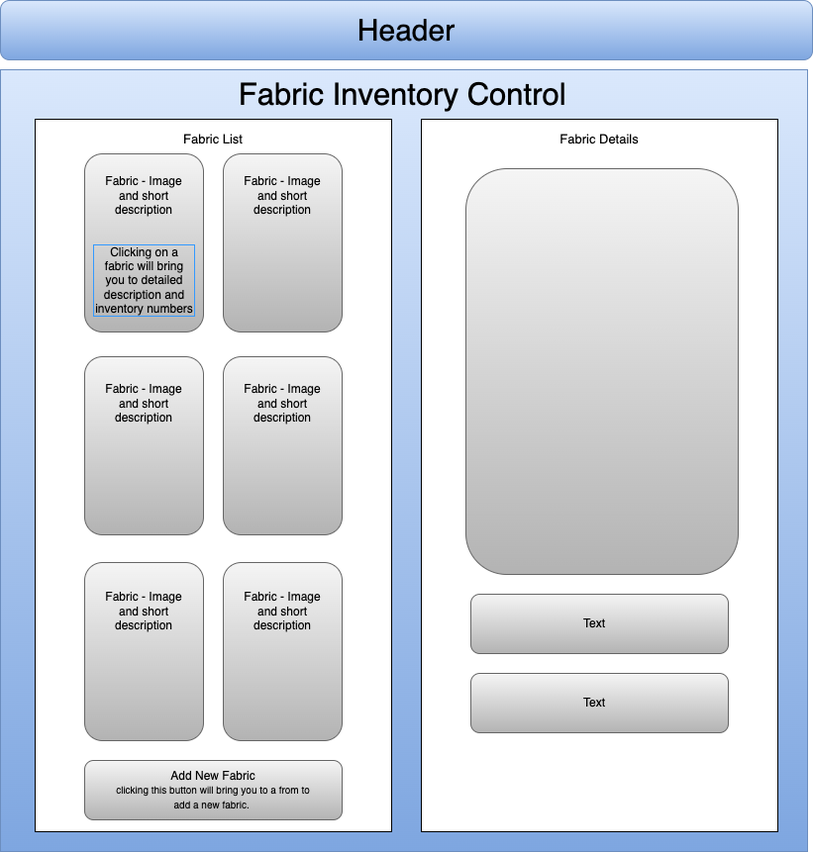
The draw.io diagram src/img/FabricStore.drawio.png in SuzSch/Fabric-Store, before a commit. Source tidied: cells renumbered, new cells last; positions are measured from the earlier drawing's top-left corner, leaving out a move shared by most shapes.
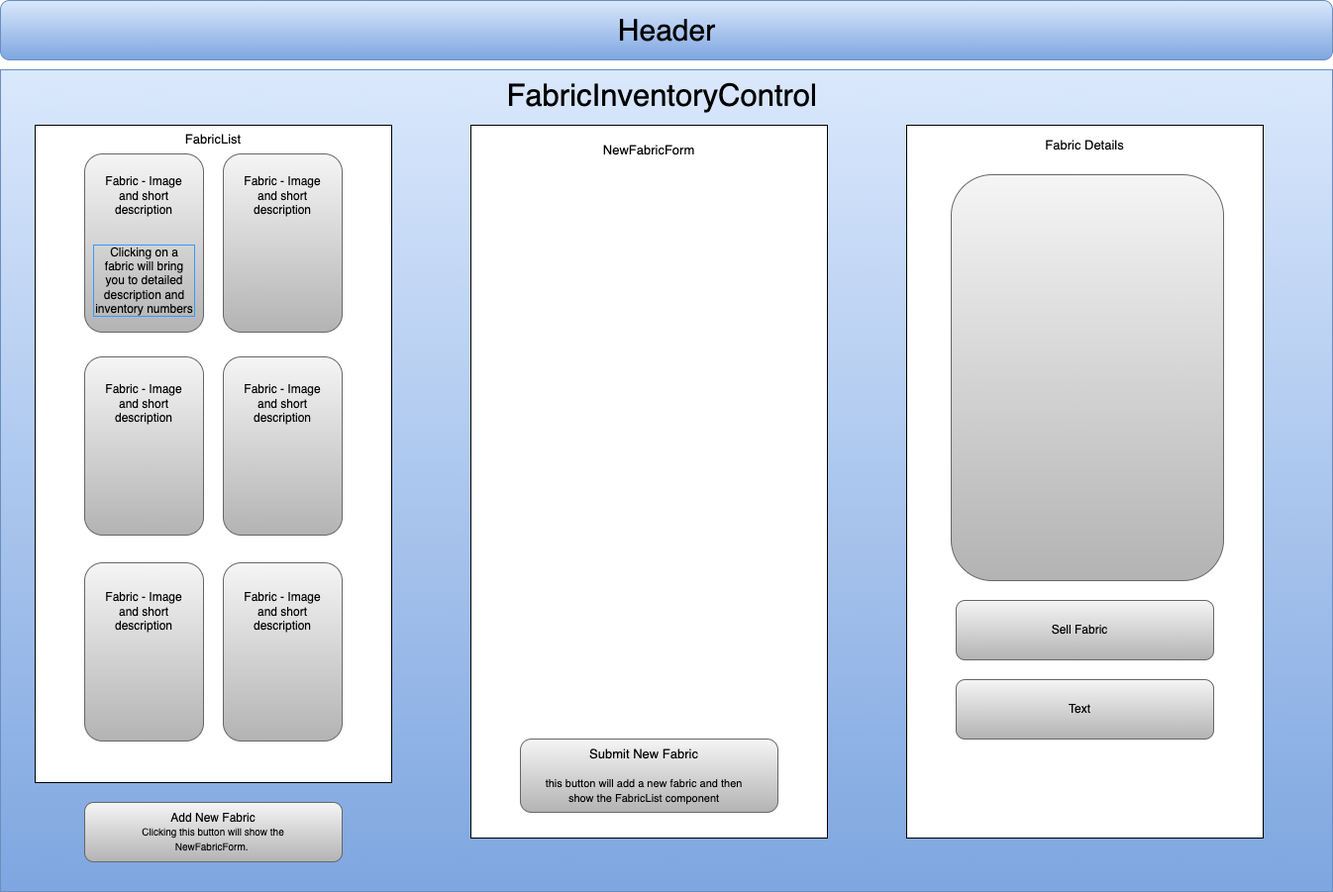
After the change.

Commit message:
WIP new components for a new fabric form and fabric inventory control, update component diagram.

Change to the diagram source:
```diff
@@ -3,16 +3,16 @@
     <mxCell id="0" />
     <mxCell id="1" parent="0" />
     <mxCell id="2" style="rounded=1;whiteSpace=wrap;html=1;fillColor=#dae8fc;gradientColor=#7ea6e0;strokeColor=#6c8ebf;" parent="1" vertex="1">
-      <mxGeometry width="820" height="60" as="geometry" />
+      <mxGeometry width="1345" height="60" as="geometry" />
     </mxCell>
     <mxCell id="3" value="&lt;font style=&quot;font-size: 30px;&quot;&gt;Header&lt;/font&gt;" style="text;html=1;strokeColor=none;fillColor=none;align=center;verticalAlign=middle;whiteSpace=wrap;rounded=0;" parent="1" vertex="1">
-      <mxGeometry x="230" y="15" width="360" height="30" as="geometry" />
+      <mxGeometry x="492.5" y="15" width="360" height="30" as="geometry" />
     </mxCell>
     <mxCell id="4" style="rounded=0;whiteSpace=wrap;html=1;fillColor=#dae8fc;gradientColor=#7ea6e0;strokeColor=#6c8ebf;" parent="1" vertex="1">
-      <mxGeometry y="70" width="815" height="790" as="geometry" />
+      <mxGeometry y="70" width="1345" height="830" as="geometry" />
     </mxCell>
     <mxCell id="5" style="rounded=0;whiteSpace=wrap;html=1;" parent="1" vertex="1">
-      <mxGeometry x="35" y="120" width="360" height="720" as="geometry" />
+      <mxGeometry x="35" y="126" width="360" height="664" as="geometry" />
     </mxCell>
     <mxCell id="6" style="group;" parent="1" vertex="1">
       <mxGeometry x="85" y="155" width="260" height="620" as="geometry" />
@@ -56,38 +56,62 @@
     <mxCell id="19" value="&lt;br style=&quot;border-color: var(--border-color);&quot;&gt;Fabric - Image and short description" style="text;html=1;strokeColor=none;fillColor=none;align=center;verticalAlign=middle;whiteSpace=wrap;rounded=0;" parent="6" vertex="1">
       <mxGeometry x="155" y="435" width="90" height="40" as="geometry" />
     </mxCell>
+    <mxCell id="25" value="FabricInventoryControl&amp;nbsp;" style="text;html=1;strokeColor=none;fillColor=none;align=center;verticalAlign=middle;whiteSpace=wrap;rounded=0;fontSize=31;" parent="1" vertex="1">
+      <mxGeometry x="480" y="81" width="385" height="30" as="geometry" />
+    </mxCell>
+    <mxCell id="26" value="FabricList" style="text;html=1;strokeColor=none;fillColor=none;align=center;verticalAlign=middle;whiteSpace=wrap;rounded=0;fontSize=13;" parent="1" vertex="1">
+      <mxGeometry x="150" y="125" width="130" height="30" as="geometry" />
+    </mxCell>
+    <mxCell id="31" style="group;" parent="1" vertex="1">
+      <mxGeometry x="915" y="126" width="360" height="720" as="geometry" />
+    </mxCell>
-    <mxCell id="20" style="rounded=0;whiteSpace=wrap;html=1;" parent="1" vertex="1">
-      <mxGeometry x="425" y="120" width="360" height="720" as="geometry" />
+    <mxCell id="20" style="rounded=0;whiteSpace=wrap;html=1;" parent="31" vertex="1">
+      <mxGeometry width="360" height="720" as="geometry" />
     </mxCell>
-    <mxCell id="21" style="rounded=1;whiteSpace=wrap;html=1;fillColor=#f5f5f5;gradientColor=#b3b3b3;strokeColor=#666666;" parent="1" vertex="1">
-      <mxGeometry x="470" y="170" width="275" height="410" as="geometry" />
+    <mxCell id="21" style="rounded=1;whiteSpace=wrap;html=1;fillColor=#f5f5f5;gradientColor=#b3b3b3;strokeColor=#666666;" parent="31" vertex="1">
+      <mxGeometry x="45" y="50" width="275" height="410" as="geometry" />
     </mxCell>
-    <mxCell id="22" style="rounded=1;whiteSpace=wrap;html=1;fillColor=#f5f5f5;gradientColor=#b3b3b3;strokeColor=#666666;" parent="1" vertex="1">
-      <mxGeometry x="475" y="600" width="260" height="60" as="geometry" />
+    <mxCell id="22" style="rounded=1;whiteSpace=wrap;html=1;fillColor=#f5f5f5;gradientColor=#b3b3b3;strokeColor=#666666;" parent="31" vertex="1">
+      <mxGeometry x="50" y="480" width="260" height="60" as="geometry" />
     </mxCell>
-    <mxCell id="23" style="rounded=1;whiteSpace=wrap;html=1;fillColor=#f5f5f5;gradientColor=#b3b3b3;strokeColor=#666666;" parent="1" vertex="1">
-      <mxGeometry x="475" y="680" width="260" height="60" as="geometry" />
+    <mxCell id="23" style="rounded=1;whiteSpace=wrap;html=1;fillColor=#f5f5f5;gradientColor=#b3b3b3;strokeColor=#666666;" parent="31" vertex="1">
+      <mxGeometry x="50" y="560" width="260" height="60" as="geometry" />
     </mxCell>
-    <mxCell id="24" style="rounded=1;whiteSpace=wrap;html=1;fillColor=#f5f5f5;gradientColor=#b3b3b3;strokeColor=#666666;" parent="1" vertex="1">
-      <mxGeometry x="85" y="768" width="260" height="60" as="geometry" />
-    </mxCell>
-    <mxCell id="25" value="Fabric Inventory Control&amp;nbsp;" style="text;html=1;strokeColor=none;fillColor=none;align=center;verticalAlign=middle;whiteSpace=wrap;rounded=0;fontSize=31;" parent="1" vertex="1">
-      <mxGeometry x="218" y="80" width="385" height="30" as="geometry" />
-    </mxCell>
-    <mxCell id="26" value="Fabric List" style="text;html=1;strokeColor=none;fillColor=none;align=center;verticalAlign=middle;whiteSpace=wrap;rounded=0;fontSize=13;" parent="1" vertex="1">
-      <mxGeometry x="150" y="125" width="130" height="30" as="geometry" />
-    </mxCell>
-    <mxCell id="27" value="Add New Fabric&lt;br style=&quot;font-size: 11px;&quot;&gt;&lt;font size=&quot;1&quot;&gt;clicking this button will bring you to a from to add a new fabric.&amp;nbsp;&lt;/font&gt;" style="text;html=1;strokeColor=none;fillColor=none;align=center;verticalAlign=middle;whiteSpace=wrap;rounded=0;" parent="1" vertex="1">
-      <mxGeometry x="115" y="783" width="200" height="30" as="geometry" />
-    </mxCell>
-    <mxCell id="28" value="Fabric Details" style="text;html=1;strokeColor=none;fillColor=none;align=center;verticalAlign=middle;whiteSpace=wrap;rounded=0;fontSize=13;" parent="1" vertex="1">
-      <mxGeometry x="540" y="125" width="130" height="30" as="geometry" />
+    <mxCell id="28" value="Fabric Details" style="text;html=1;strokeColor=none;fillColor=none;align=center;verticalAlign=middle;whiteSpace=wrap;rounded=0;fontSize=13;" parent="31" vertex="1">
+      <mxGeometry x="115" y="5" width="130" height="30" as="geometry" />
     </mxCell>
-    <mxCell id="29" value="Text" style="text;html=1;strokeColor=none;fillColor=none;align=center;verticalAlign=middle;whiteSpace=wrap;rounded=0;" parent="1" vertex="1">
-      <mxGeometry x="495" y="615" width="210" height="30" as="geometry" />
+    <mxCell id="29" value="Sell Fabric" style="text;html=1;strokeColor=none;fillColor=none;align=center;verticalAlign=middle;whiteSpace=wrap;rounded=0;" parent="31" vertex="1">
+      <mxGeometry x="70" y="495" width="210" height="30" as="geometry" />
     </mxCell>
-    <mxCell id="30" value="Text" style="text;html=1;strokeColor=none;fillColor=none;align=center;verticalAlign=middle;whiteSpace=wrap;rounded=0;" parent="1" vertex="1">
-      <mxGeometry x="495" y="695" width="210" height="30" as="geometry" />
+    <mxCell id="30" value="Text" style="text;html=1;strokeColor=none;fillColor=none;align=center;verticalAlign=middle;whiteSpace=wrap;rounded=0;" parent="31" vertex="1">
+      <mxGeometry x="70" y="575" width="210" height="30" as="geometry" />
     </mxCell>
+    <mxCell id="32" style="group;" parent="1" vertex="1">
+      <mxGeometry x="475" y="126" width="360" height="720" as="geometry" />
+    </mxCell>
+    <mxCell id="33" style="rounded=0;whiteSpace=wrap;html=1;" parent="32" vertex="1">
+      <mxGeometry width="360" height="720" as="geometry" />
+    </mxCell>
+    <mxCell id="34" value="NewFabricForm" style="text;html=1;strokeColor=none;fillColor=none;align=center;verticalAlign=middle;whiteSpace=wrap;rounded=0;fontSize=13;" parent="32" vertex="1">
+      <mxGeometry x="115" y="10" width="130" height="30" as="geometry" />
+    </mxCell>
+    <mxCell id="35" style="group;" parent="32" vertex="1">
+      <mxGeometry x="50" y="620" width="260" height="74" as="geometry" />
+    </mxCell>
+    <mxCell id="36" style="rounded=1;whiteSpace=wrap;html=1;fillColor=#f5f5f5;gradientColor=#b3b3b3;strokeColor=#666666;" parent="35" vertex="1">
+      <mxGeometry width="260" height="74" as="geometry" />
+    </mxCell>
+    <mxCell id="37" value="&lt;font style=&quot;&quot;&gt;&lt;span style=&quot;font-size: 13px;&quot;&gt;Submit New Fabric&lt;br&gt;&lt;/span&gt;&lt;br style=&quot;&quot;&gt;&lt;font style=&quot;font-size: 11px;&quot;&gt;this button will add a new fabric and then show the FabricList component&lt;/font&gt;&lt;/font&gt;" style="text;html=1;strokeColor=none;fillColor=none;align=center;verticalAlign=middle;whiteSpace=wrap;rounded=0;" parent="35" vertex="1">
+      <mxGeometry x="20" y="18.5" width="210" height="37" as="geometry" />
+    </mxCell>
+    <mxCell id="38" style="group;" parent="1" vertex="1">
+      <mxGeometry x="85" y="810" width="260" height="60" as="geometry" />
+    </mxCell>
+    <mxCell id="24" style="rounded=1;whiteSpace=wrap;html=1;fillColor=#f5f5f5;gradientColor=#b3b3b3;strokeColor=#666666;" parent="38" vertex="1">
+      <mxGeometry width="260" height="60" as="geometry" />
+    </mxCell>
+    <mxCell id="27" value="Add New Fabric&lt;br style=&quot;font-size: 11px;&quot;&gt;&lt;font size=&quot;1&quot;&gt;Clicking this button will show the NewFabricForm.&amp;nbsp;&lt;/font&gt;" style="text;html=1;strokeColor=none;fillColor=none;align=center;verticalAlign=middle;whiteSpace=wrap;rounded=0;" parent="38" vertex="1">
+      <mxGeometry x="30" y="15" width="200" height="30" as="geometry" />
+    </mxCell>
   </root>
 </mxGraphModel>
```
